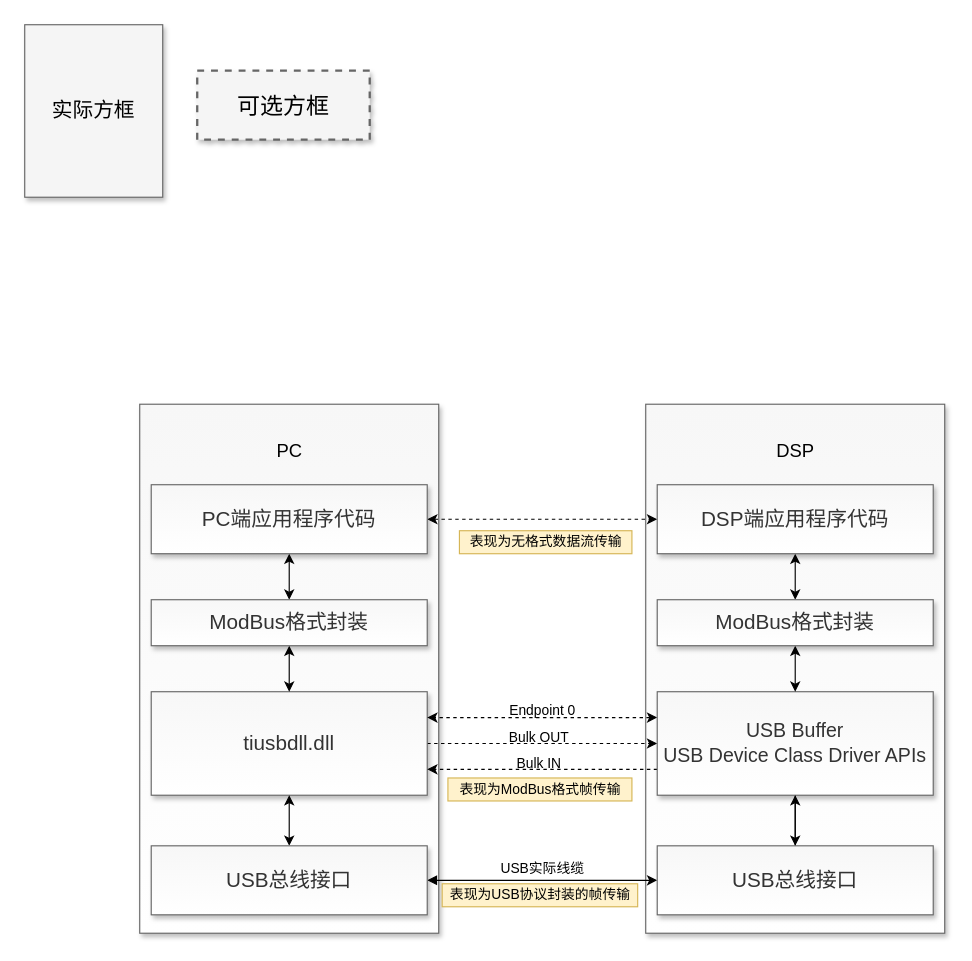
This is page "整个通信框图" (1 of 2) of Untitled Diagram.drawio from fuxinsen/test, a draw.io file, before an edit. Source tidied: cells renumbered, new cells numbered last; positions are measured from the earlier drawing's top-left corner, leaving out a move shared by most shapes. Both pictures are drawn from the tidied source at 115%, with x=0, y=0 at pixel (24, 24).
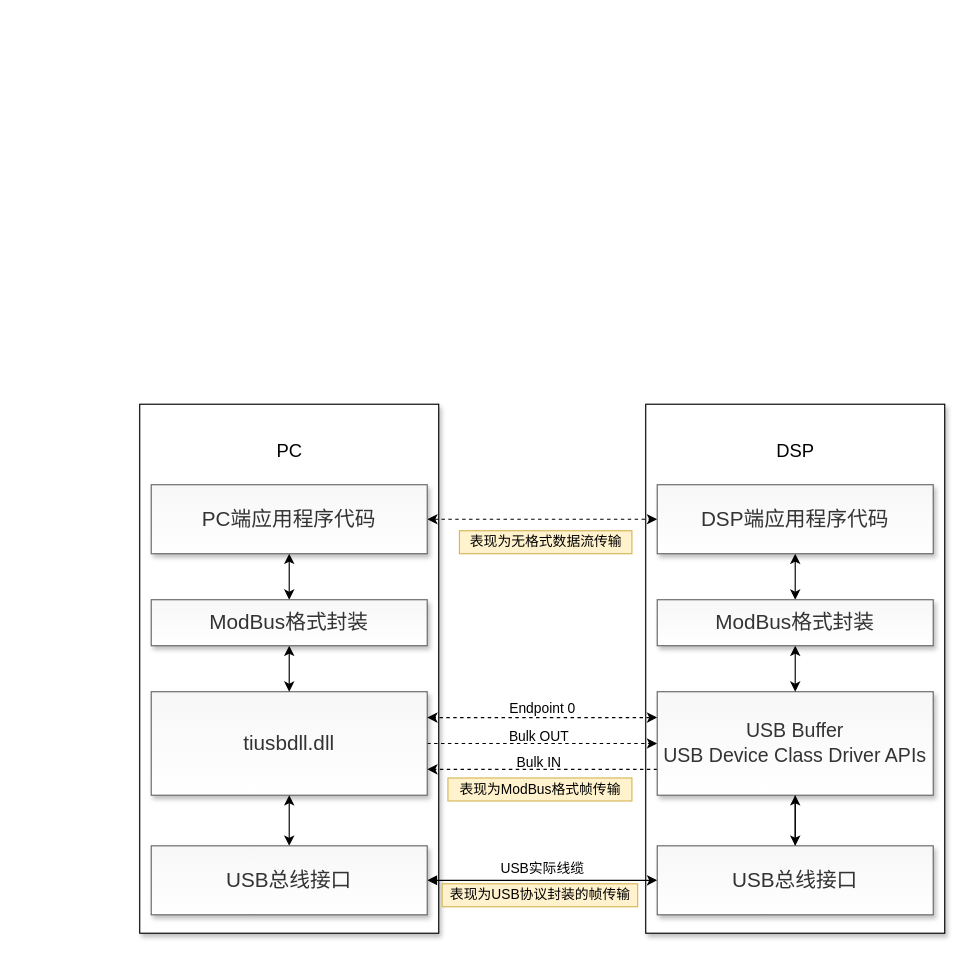
The same diagram, later.

The edit, as a diff of the source:
```diff
@@
-    <mxCell id="2" style="whiteSpace=wrap;html=1;shadow=1;fontSize=18;sketch=0;rounded=0;glass=0;strokeColor=#666666;fontColor=#333333;fillColor=#F7F7F7;gradientColor=#ffffff;" parent="1" vertex="1">
+    <mxCell id="2" style="whiteSpace=wrap;html=1;shadow=1;fontSize=18;sketch=0;rounded=0;glass=0;" parent="1" vertex="1">
       <mxGeometry x="540" y="330" width="260" height="460" as="geometry" />
     </mxCell>
-    <mxCell id="3" value="&lt;div&gt;&lt;br&gt;&lt;/div&gt;" style="whiteSpace=wrap;html=1;shadow=1;fontSize=18;sketch=0;rounded=0;glass=0;strokeColor=#666666;fontColor=#333333;fillColor=#F7F7F7;gradientColor=#ffffff;align=center;" parent="1" vertex="1">
+    <mxCell id="3" value="&lt;div&gt;&lt;br&gt;&lt;/div&gt;" style="whiteSpace=wrap;html=1;shadow=1;fontSize=18;sketch=0;rounded=0;glass=0;align=center;" parent="1" vertex="1">
       <mxGeometry x="100" y="330" width="260" height="460" as="geometry" />
     </mxCell>
-    <mxCell id="4" value="可选方框" style="whiteSpace=wrap;html=1;shadow=1;fontSize=20;fillColor=#f5f5f5;strokeColor=#666666;strokeWidth=2;dashed=1;" parent="1" vertex="1">
-      <mxGeometry x="150" y="40" width="150" height="60" as="geometry" />
-    </mxCell>
-    <mxCell id="5" value="实际方框" style="whiteSpace=wrap;html=1;shadow=1;fontSize=18;fillColor=#f5f5f5;strokeColor=#666666;" parent="1" vertex="1">
-      <mxGeometry width="120" height="150" as="geometry" />
-    </mxCell>
@@
     <mxCell id="22" value="Endpoint 0" style="text;html=1;align=center;verticalAlign=middle;" parent="1" vertex="1">
-      <mxGeometry x="415" y="587" width="70" height="20" as="geometry" />
+      <mxGeometry x="415" y="585" width="70" height="20" as="geometry" />
     </mxCell>
     <mxCell id="23" value="Bulk OUT" style="text;html=1;align=center;verticalAlign=middle;" parent="1" vertex="1">
-      <mxGeometry x="412" y="610" width="70" height="20" as="geometry" />
+      <mxGeometry x="412" y="609" width="70" height="20" as="geometry" />
     </mxCell>
     <mxCell id="24" value="Bulk IN" style="text;html=1;align=center;verticalAlign=middle;" parent="1" vertex="1">
-      <mxGeometry x="422" y="633" width="50" height="20" as="geometry" />
+      <mxGeometry x="422" y="632" width="50" height="20" as="geometry" />
     </mxCell>
```
